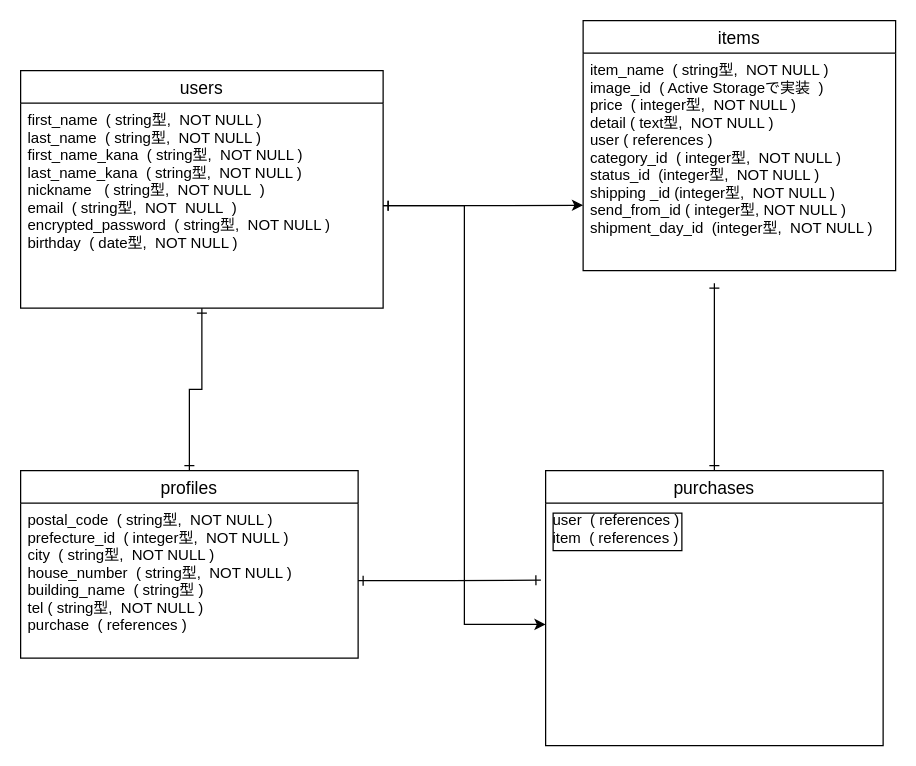
This is config/furima.dio from kimiko-i/furima-31997, a draw.io file, before an edit. Source tidied: cells renumbered, new cells numbered last; positions are measured from the earlier drawing's top-left corner, leaving out a move shared by most shapes. Both pictures are drawn from the tidied source at 125%, with x=0, y=0 at pixel (20, 20).
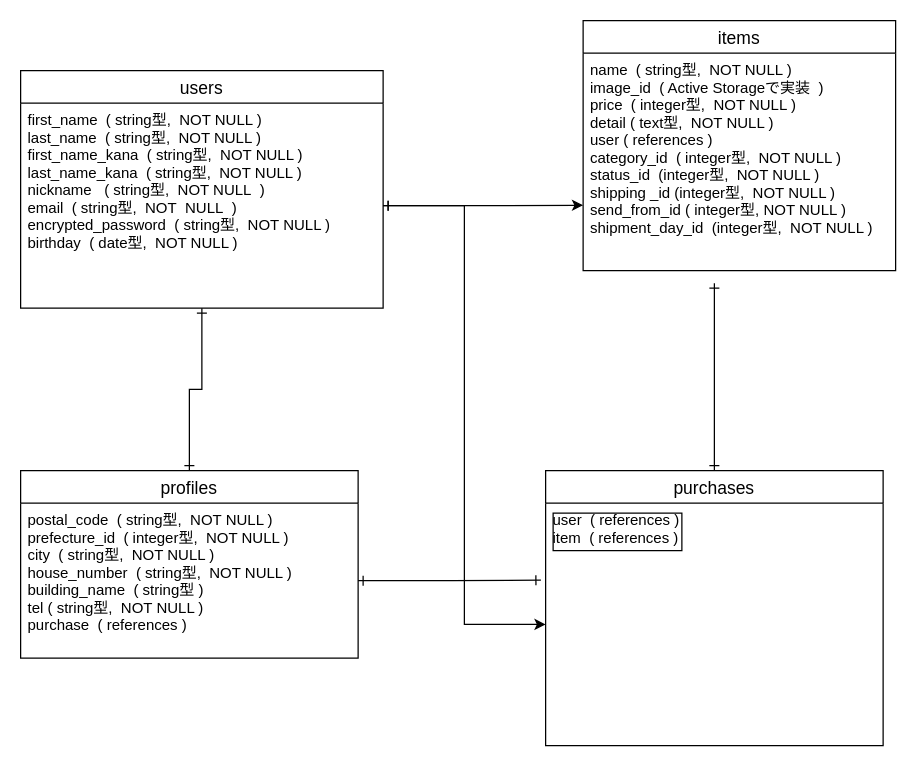
Above is the later version.

The edit, as a diff of the source:
```diff
@@
 <mxGraphModel>
   <root>
     <mxCell id="0" />
     <mxCell id="1" parent="0" />
     <mxCell id="2" style="edgeStyle=orthogonalEdgeStyle;rounded=0;jettySize=auto;html=1;entryX=0.5;entryY=0;entryDx=0;entryDy=0;endArrow=ERone;endFill=0;startArrow=ERone;startFill=0;" parent="1" edge="1" source="3" target="5">
       <mxGeometry relative="1" as="geometry" />
     </mxCell>
     <mxCell id="3" value="users" style="swimlane;fontStyle=0;horizontal=1;startSize=26;align=center;fontSize=14;" parent="1" vertex="1">
       <mxGeometry y="40" width="290" height="190" as="geometry" />
     </mxCell>
     <mxCell id="4" value="first_name  ( string型,  NOT NULL )&#10;last_name  ( string型,  NOT NULL )&#10;first_name_kana  ( string型,  NOT NULL )&#10;last_name_kana  ( string型,  NOT NULL )&#10;nickname   ( string型,  NOT NULL  )&#10;email  ( string型,  NOT  NULL  )&#10;encrypted_password  ( string型,  NOT NULL )&#10;birthday  ( date型,  NOT NULL )&#10;&#10;" style="text;strokeColor=none;fillColor=none;spacingLeft=4;spacingRight=4;overflow=hidden;points=[[0,0.5],[1,0.5]];portConstraint=eastwest;fontSize=12;" parent="3" vertex="1">
       <mxGeometry y="26" width="290" height="164" as="geometry" />
     </mxCell>
     <mxCell id="5" value="profiles" style="swimlane;fontStyle=0;horizontal=1;startSize=26;align=center;fontSize=14;" parent="1" vertex="1">
       <mxGeometry y="360" width="270" height="150" as="geometry" />
     </mxCell>
     <mxCell id="6" value="postal_code  ( string型,  NOT NULL )&#10;prefecture_id  ( integer型,  NOT NULL )&#10;city  ( string型,  NOT NULL )&#10;house_number  ( string型,  NOT NULL )&#10;building_name  ( string型 )&#10;tel ( string型,  NOT NULL )&#10;purchase  ( references )" style="text;strokeColor=none;fillColor=none;spacingLeft=4;spacingRight=4;overflow=hidden;points=[[0,0.5],[1,0.5]];portConstraint=eastwest;fontSize=12;" parent="5" vertex="1">
       <mxGeometry y="26" width="270" height="124" as="geometry" />
     </mxCell>
     <mxCell id="7" style="edgeStyle=orthogonalEdgeStyle;rounded=0;jettySize=auto;html=1;exitX=1;exitY=0.5;exitDx=0;exitDy=0;startArrow=ERone;startFill=0;endArrow=classic;endFill=1;" parent="1" edge="1" source="4">
       <mxGeometry relative="1" as="geometry">
         <mxPoint x="450" y="147.7" as="targetPoint" />
       </mxGeometry>
     </mxCell>
     <mxCell id="8" style="edgeStyle=orthogonalEdgeStyle;rounded=0;jettySize=auto;html=1;exitX=0.5;exitY=0;exitDx=0;exitDy=0;startArrow=ERone;startFill=0;endArrow=ERone;endFill=0;fontColor=#f0f0f0;" parent="1" edge="1" source="9">
       <mxGeometry relative="1" as="geometry">
         <mxPoint x="555" y="210" as="targetPoint" />
       </mxGeometry>
     </mxCell>
     <mxCell id="9" value="purchases" style="swimlane;fontStyle=0;horizontal=1;startSize=26;align=center;fontSize=14;" parent="1" vertex="1">
       <mxGeometry x="420" y="360" width="270" height="220" as="geometry" />
     </mxCell>
     <mxCell id="10" value="user  ( references )&#10;item  ( references )&#10;" style="text;strokeColor=none;fillColor=none;spacingLeft=4;spacingRight=4;overflow=hidden;points=[[0,0.5],[1,0.5]];portConstraint=eastwest;fontSize=12;labelBackgroundColor=none;verticalAlign=top;labelBorderColor=#000000;" parent="9" vertex="1">
       <mxGeometry y="26" width="270" height="194" as="geometry" />
     </mxCell>
     <mxCell id="11" style="edgeStyle=orthogonalEdgeStyle;rounded=0;jettySize=auto;html=1;startArrow=ERone;startFill=0;endArrow=classic;endFill=1;fontColor=#f0f0f0;" parent="1" edge="1" source="4" target="10">
       <mxGeometry relative="1" as="geometry" />
     </mxCell>
     <mxCell id="12" style="edgeStyle=orthogonalEdgeStyle;rounded=0;jettySize=auto;html=1;exitX=1;exitY=0.5;exitDx=0;exitDy=0;entryX=-0.014;entryY=0.318;entryDx=0;entryDy=0;entryPerimeter=0;startArrow=ERone;startFill=0;endArrow=ERone;endFill=0;fontColor=#f0f0f0;" parent="1" edge="1" source="6" target="10">
       <mxGeometry relative="1" as="geometry" />
     </mxCell>
     <mxCell id="13" value="items" style="swimlane;fontStyle=0;horizontal=1;startSize=26;align=center;fontSize=14;" parent="1" vertex="1">
       <mxGeometry x="450" width="250" height="200" as="geometry" />
     </mxCell>
-    <mxCell id="14" value="item_name  ( string型,  NOT NULL )&#10;image_id  ( Active Storageで実装  )&#10;price  ( integer型,  NOT NULL )&#10;detail ( text型,  NOT NULL )&#10;user ( references )&#10;category_id  ( integer型,  NOT NULL )&#10;status_id  (integer型,  NOT NULL )&#10;shipping _id (integer型,  NOT NULL )&#10;send_from_id ( integer型, NOT NULL )&#10;shipment_day_id  (integer型,  NOT NULL )&#10;" style="text;strokeColor=none;fillColor=none;spacingLeft=4;spacingRight=4;overflow=hidden;fontSize=12;" parent="13" vertex="1">
+    <mxCell id="14" value="name  ( string型,  NOT NULL )&#10;image_id  ( Active Storageで実装  )&#10;price  ( integer型,  NOT NULL )&#10;detail ( text型,  NOT NULL )&#10;user ( references )&#10;category_id  ( integer型,  NOT NULL )&#10;status_id  (integer型,  NOT NULL )&#10;shipping _id (integer型,  NOT NULL )&#10;send_from_id ( integer型, NOT NULL )&#10;shipment_day_id  (integer型,  NOT NULL )&#10;" style="text;strokeColor=none;fillColor=none;spacingLeft=4;spacingRight=4;overflow=hidden;fontSize=12;" parent="13" vertex="1">
       <mxGeometry y="26" width="250" height="174" as="geometry" />
     </mxCell>
   </root>
 </mxGraphModel>
```
